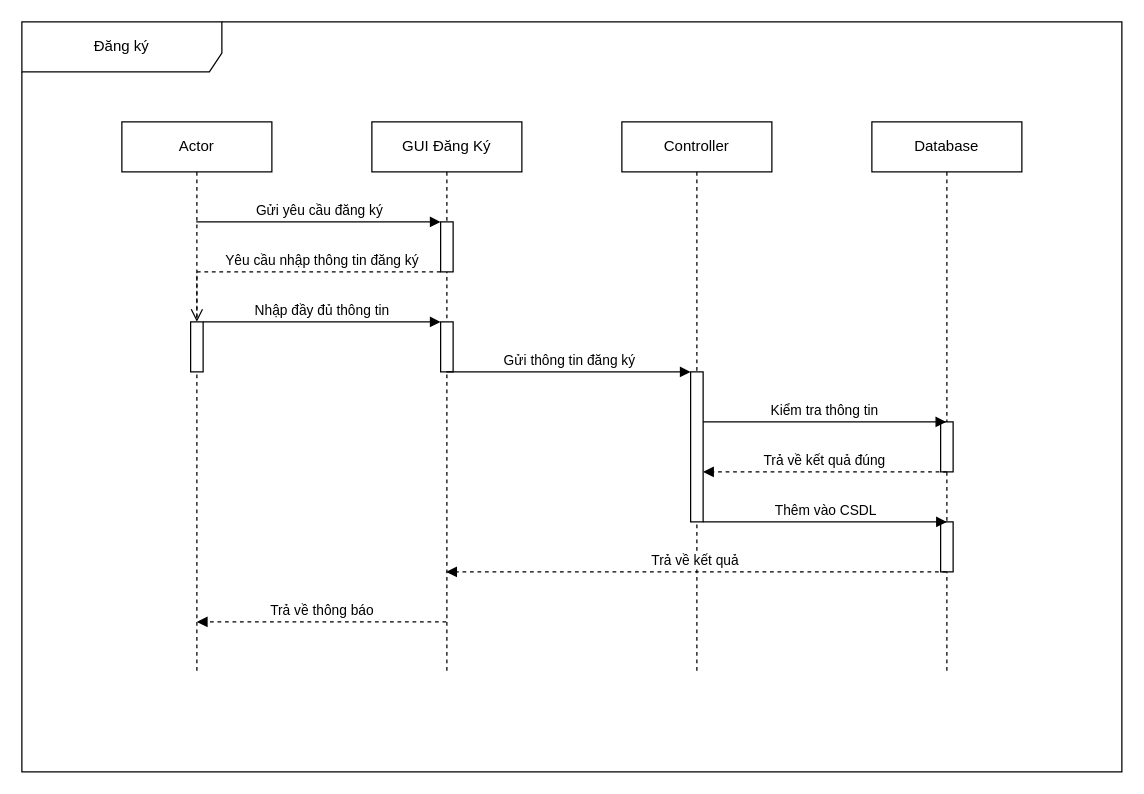
The draw.io diagram page "đăng ký" (2 of 6) of Biểu đồ không có tiêu đề.drawio in dctuyen/myFinalYearProject, before the edit. Source tidied: cells renumbered, new cells numbered last; positions are measured from the earlier drawing's top-left corner, leaving out a move shared by most shapes. Both pictures are drawn from the tidied source at 125%, with x=0, y=0 at pixel (21, 21).
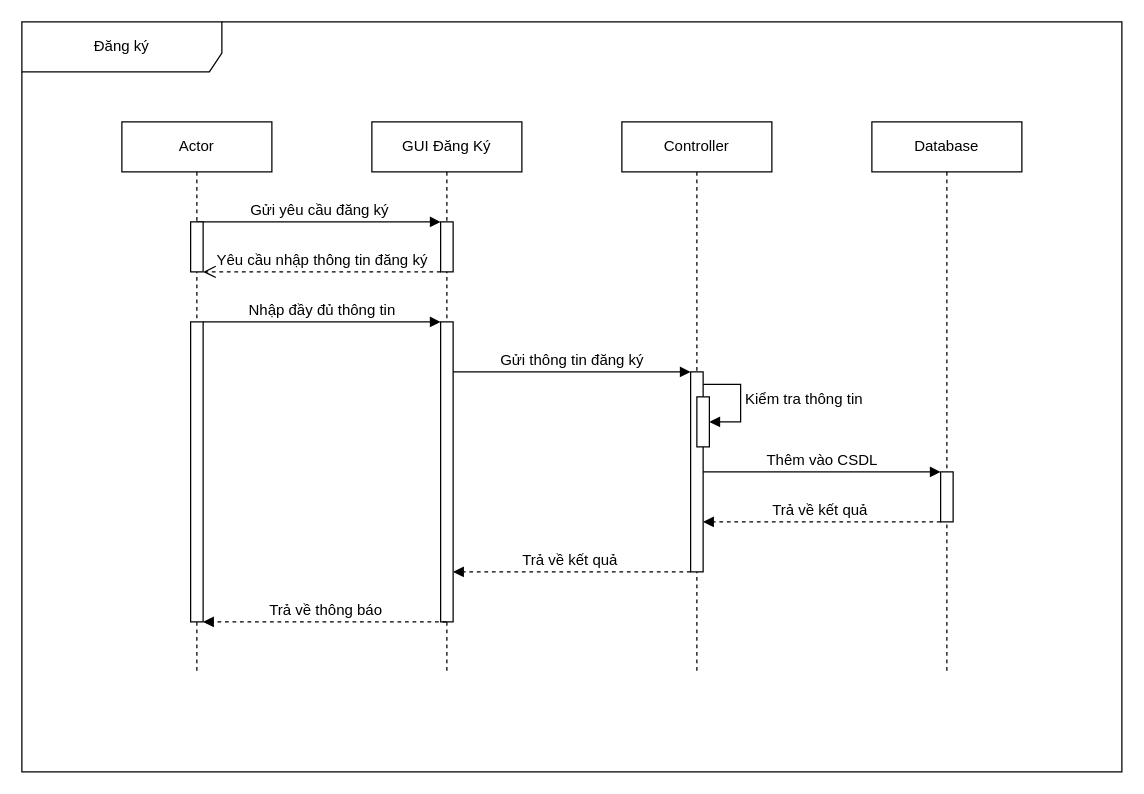
Above is the later version.

Change to the diagram source:
```diff
@@
-    <mxCell id="2" value="Actor" style="shape=umlLifeline;perimeter=lifelinePerimeter;whiteSpace=wrap;html=1;outlineConnect=0;portConstraint=eastwest;newEdgeStyle={&quot;edgeStyle&quot;:&quot;elbowEdgeStyle&quot;,&quot;elbow&quot;:&quot;vertical&quot;,&quot;curved&quot;:0,&quot;rounded&quot;:0};" parent="1" vertex="1">
+    <mxCell id="2" value="Actor" style="shape=umlLifeline;perimeter=lifelinePerimeter;whiteSpace=wrap;html=1;outlineConnect=0;portConstraint=eastwest;newEdgeStyle={&quot;edgeStyle&quot;:&quot;elbowEdgeStyle&quot;,&quot;elbow&quot;:&quot;vertical&quot;,&quot;curved&quot;:0,&quot;rounded&quot;:0};fontSize=12;" parent="1" vertex="1">
       <mxGeometry x="80" y="80" width="120" height="440" as="geometry" />
     </mxCell>
-    <mxCell id="3" value="Đăng ký" style="shape=umlFrame;whiteSpace=wrap;html=1;width=160;height=40;" parent="1" vertex="1">
+    <mxCell id="3" value="Đăng ký" style="shape=umlFrame;whiteSpace=wrap;html=1;width=160;height=40;fontSize=12;" parent="1" vertex="1">
       <mxGeometry width="880" height="600" as="geometry" />
     </mxCell>
-    <mxCell id="4" value="GUI Đăng Ký" style="shape=umlLifeline;perimeter=lifelinePerimeter;whiteSpace=wrap;html=1;outlineConnect=0;portConstraint=eastwest;newEdgeStyle={&quot;edgeStyle&quot;:&quot;elbowEdgeStyle&quot;,&quot;elbow&quot;:&quot;vertical&quot;,&quot;curved&quot;:0,&quot;rounded&quot;:0};" parent="1" vertex="1">
+    <mxCell id="4" value="GUI Đăng Ký" style="shape=umlLifeline;perimeter=lifelinePerimeter;whiteSpace=wrap;html=1;outlineConnect=0;portConstraint=eastwest;newEdgeStyle={&quot;edgeStyle&quot;:&quot;elbowEdgeStyle&quot;,&quot;elbow&quot;:&quot;vertical&quot;,&quot;curved&quot;:0,&quot;rounded&quot;:0};fontSize=12;" parent="1" vertex="1">
       <mxGeometry x="280" y="80" width="120" height="440" as="geometry" />
     </mxCell>
-    <mxCell id="5" style="html=1;points=[];perimeter=orthogonalPerimeter;outlineConnect=0;targetShapes=umlLifeline;portConstraint=eastwest;newEdgeStyle={&quot;edgeStyle&quot;:&quot;elbowEdgeStyle&quot;,&quot;elbow&quot;:&quot;vertical&quot;,&quot;curved&quot;:0,&quot;rounded&quot;:0};" parent="4" vertex="1">
+    <mxCell id="5" style="html=1;points=[];perimeter=orthogonalPerimeter;outlineConnect=0;targetShapes=umlLifeline;portConstraint=eastwest;newEdgeStyle={&quot;edgeStyle&quot;:&quot;elbowEdgeStyle&quot;,&quot;elbow&quot;:&quot;vertical&quot;,&quot;curved&quot;:0,&quot;rounded&quot;:0};fontSize=12;" parent="4" vertex="1">
       <mxGeometry x="55" y="80" width="10" height="40" as="geometry" />
     </mxCell>
-    <mxCell id="6" style="html=1;points=[];perimeter=orthogonalPerimeter;outlineConnect=0;targetShapes=umlLifeline;portConstraint=eastwest;newEdgeStyle={&quot;edgeStyle&quot;:&quot;elbowEdgeStyle&quot;,&quot;elbow&quot;:&quot;vertical&quot;,&quot;curved&quot;:0,&quot;rounded&quot;:0};" parent="4" vertex="1">
-      <mxGeometry x="55" y="160" width="10" height="40" as="geometry" />
+    <mxCell id="6" style="html=1;points=[];perimeter=orthogonalPerimeter;outlineConnect=0;targetShapes=umlLifeline;portConstraint=eastwest;newEdgeStyle={&quot;edgeStyle&quot;:&quot;elbowEdgeStyle&quot;,&quot;elbow&quot;:&quot;vertical&quot;,&quot;curved&quot;:0,&quot;rounded&quot;:0};fontSize=12;" parent="4" vertex="1">
+      <mxGeometry x="55" y="160" width="10" height="240" as="geometry" />
     </mxCell>
-    <mxCell id="7" value="Controller" style="shape=umlLifeline;perimeter=lifelinePerimeter;whiteSpace=wrap;html=1;newEdgeStyle={&quot;edgeStyle&quot;:&quot;elbowEdgeStyle&quot;,&quot;elbow&quot;:&quot;vertical&quot;,&quot;curved&quot;:0,&quot;rounded&quot;:0};" parent="1" vertex="1">
+    <mxCell id="7" value="Controller" style="shape=umlLifeline;perimeter=lifelinePerimeter;whiteSpace=wrap;html=1;newEdgeStyle={&quot;edgeStyle&quot;:&quot;elbowEdgeStyle&quot;,&quot;elbow&quot;:&quot;vertical&quot;,&quot;curved&quot;:0,&quot;rounded&quot;:0};fontSize=12;" parent="1" vertex="1">
       <mxGeometry x="480" y="80" width="120" height="440" as="geometry" />
     </mxCell>
-    <mxCell id="8" style="html=1;points=[];perimeter=orthogonalPerimeter;outlineConnect=0;targetShapes=umlLifeline;portConstraint=eastwest;newEdgeStyle={&quot;edgeStyle&quot;:&quot;elbowEdgeStyle&quot;,&quot;elbow&quot;:&quot;vertical&quot;,&quot;curved&quot;:0,&quot;rounded&quot;:0};" parent="7" vertex="1">
-      <mxGeometry x="55" y="200" width="10" height="120" as="geometry" />
-    </mxCell>
+    <mxCell id="20" value="&lt;font style=&quot;font-size: 12px;&quot;&gt;Kiểm tra thông tin&lt;/font&gt;" style="html=1;align=left;spacingLeft=2;endArrow=block;rounded=0;edgeStyle=orthogonalEdgeStyle;curved=0;rounded=0;fontSize=12;" parent="7" edge="1" target="23">
+      <mxGeometry x="-0.01" relative="1" as="geometry">
+        <mxPoint x="65" y="210" as="sourcePoint" />
+        <Array as="points">
+          <mxPoint x="95" y="240" />
+        </Array>
+      </mxGeometry>
+    </mxCell>
+    <mxCell id="22" style="html=1;perimeter=orthogonalPerimeter;targetShapes=umlLifeline;newEdgeStyle={&quot;edgeStyle&quot;:&quot;elbowEdgeStyle&quot;,&quot;elbow&quot;:&quot;vertical&quot;,&quot;curved&quot;:0,&quot;rounded&quot;:0};fontSize=12;" parent="7" vertex="1">
+      <mxGeometry x="55" y="200" width="10" height="160" as="geometry" />
+    </mxCell>
+    <mxCell id="23" style="html=1;points=[];perimeter=orthogonalPerimeter;outlineConnect=0;targetShapes=umlLifeline;portConstraint=eastwest;newEdgeStyle={&quot;edgeStyle&quot;:&quot;elbowEdgeStyle&quot;,&quot;elbow&quot;:&quot;vertical&quot;,&quot;curved&quot;:0,&quot;rounded&quot;:0};fontSize=12;" parent="7" vertex="1">
+      <mxGeometry x="60" y="220" width="10" height="40" as="geometry" />
+    </mxCell>
-    <mxCell id="9" value="Database" style="shape=umlLifeline;perimeter=lifelinePerimeter;whiteSpace=wrap;html=1;outlineConnect=0;portConstraint=eastwest;newEdgeStyle={&quot;edgeStyle&quot;:&quot;elbowEdgeStyle&quot;,&quot;elbow&quot;:&quot;vertical&quot;,&quot;curved&quot;:0,&quot;rounded&quot;:0};" parent="1" vertex="1">
+    <mxCell id="9" value="Database" style="shape=umlLifeline;perimeter=lifelinePerimeter;whiteSpace=wrap;html=1;outlineConnect=0;portConstraint=eastwest;newEdgeStyle={&quot;edgeStyle&quot;:&quot;elbowEdgeStyle&quot;,&quot;elbow&quot;:&quot;vertical&quot;,&quot;curved&quot;:0,&quot;rounded&quot;:0};fontSize=12;" parent="1" vertex="1">
       <mxGeometry x="680" y="80" width="120" height="440" as="geometry" />
     </mxCell>
-    <mxCell id="10" style="html=1;perimeter=orthogonalPerimeter;targetShapes=umlLifeline;newEdgeStyle={&quot;edgeStyle&quot;:&quot;elbowEdgeStyle&quot;,&quot;elbow&quot;:&quot;vertical&quot;,&quot;curved&quot;:0,&quot;rounded&quot;:0};" parent="9" vertex="1">
-      <mxGeometry x="55" y="240" width="10" height="40" as="geometry" />
-    </mxCell>
-    <mxCell id="11" style="html=1;points=[];perimeter=orthogonalPerimeter;outlineConnect=0;targetShapes=umlLifeline;portConstraint=eastwest;newEdgeStyle={&quot;edgeStyle&quot;:&quot;elbowEdgeStyle&quot;,&quot;elbow&quot;:&quot;vertical&quot;,&quot;curved&quot;:0,&quot;rounded&quot;:0};" parent="9" vertex="1">
-      <mxGeometry x="55" y="320" width="10" height="40" as="geometry" />
+    <mxCell id="11" style="html=1;points=[];perimeter=orthogonalPerimeter;outlineConnect=0;targetShapes=umlLifeline;portConstraint=eastwest;newEdgeStyle={&quot;edgeStyle&quot;:&quot;elbowEdgeStyle&quot;,&quot;elbow&quot;:&quot;vertical&quot;,&quot;curved&quot;:0,&quot;rounded&quot;:0};fontSize=12;" parent="9" vertex="1">
+      <mxGeometry x="55" y="280" width="10" height="40" as="geometry" />
     </mxCell>
-    <mxCell id="12" value="Thêm vào CSDL" style="html=1;verticalAlign=bottom;endArrow=block;edgeStyle=elbowEdgeStyle;elbow=vertical;curved=0;rounded=0;" parent="9" edge="1">
+    <mxCell id="12" value="&lt;font style=&quot;font-size: 12px;&quot;&gt;Thêm vào CSDL&lt;/font&gt;" style="html=1;verticalAlign=bottom;endArrow=block;edgeStyle=elbowEdgeStyle;elbow=vertical;curved=0;rounded=0;fontSize=12;" parent="9" edge="1" target="11">
       <mxGeometry relative="1" as="geometry">
-        <mxPoint x="-135" y="320" as="sourcePoint" />
-        <mxPoint x="60" y="320" as="targetPoint" />
+        <mxPoint x="-135" y="280" as="sourcePoint" />
         <Array as="points">
+          <mxPoint x="-90" y="280" />
+          <mxPoint x="-40" y="270" />
           <mxPoint x="-20" y="320" />
           <mxPoint x="-70" y="320" />
           <mxPoint x="-100" y="280" />
           <mxPoint x="-30" y="360" />
           <mxPoint x="10" y="400" />
         </Array>
       </mxGeometry>
     </mxCell>
+    <mxCell id="17" value="&lt;font style=&quot;font-size: 12px;&quot;&gt;Trả về kết quả&amp;nbsp;&lt;/font&gt;" style="html=1;verticalAlign=bottom;endArrow=block;edgeStyle=elbowEdgeStyle;elbow=vertical;curved=0;rounded=0;dashed=1;fontSize=12;" parent="9" edge="1" source="11">
+      <mxGeometry relative="1" as="geometry">
+        <mxPoint x="-135" y="320" as="targetPoint" />
+        <Array as="points">
+          <mxPoint x="-40" y="320" />
+          <mxPoint y="450" />
+          <mxPoint x="-10" y="360" />
+          <mxPoint x="-60" y="400" />
+          <mxPoint x="-160" y="400" />
+          <mxPoint x="10" y="440" />
+          <mxPoint x="20" y="330" />
+        </Array>
+      </mxGeometry>
+    </mxCell>
-    <mxCell id="13" value="Gửi yêu cầu đăng ký" style="html=1;verticalAlign=bottom;endArrow=block;edgeStyle=elbowEdgeStyle;elbow=vertical;curved=0;rounded=0;" parent="1" edge="1" source="2" target="5">
+    <mxCell id="13" value="&lt;font style=&quot;font-size: 12px;&quot;&gt;Gửi yêu cầu đăng ký&lt;/font&gt;" style="html=1;verticalAlign=bottom;endArrow=block;edgeStyle=elbowEdgeStyle;elbow=vertical;curved=0;rounded=0;fontSize=12;" parent="1" edge="1" source="2" target="5">
       <mxGeometry relative="1" as="geometry">
         <Array as="points">
           <mxPoint x="290" y="160" />
         </Array>
       </mxGeometry>
     </mxCell>
-    <mxCell id="14" value="Yêu cầu nhập thông tin đăng ký" style="html=1;verticalAlign=bottom;endArrow=open;dashed=1;endSize=8;edgeStyle=elbowEdgeStyle;elbow=vertical;curved=0;rounded=0;" parent="1" edge="1" source="5" target="15">
-      <mxGeometry x="-0.19" relative="1" as="geometry">
+    <mxCell id="14" value="&lt;font style=&quot;font-size: 12px;&quot;&gt;Yêu cầu nhập thông tin đăng ký&lt;/font&gt;" style="html=1;verticalAlign=bottom;endArrow=open;dashed=1;endSize=8;edgeStyle=elbowEdgeStyle;elbow=vertical;curved=0;rounded=0;fontSize=12;" parent="1" edge="1" source="5" target="24">
+      <mxGeometry relative="1" as="geometry">
         <Array as="points">
           <mxPoint x="230" y="200" />
           <mxPoint x="300" y="240" />
         </Array>
       </mxGeometry>
     </mxCell>
-    <mxCell id="15" style="html=1;points=[];perimeter=orthogonalPerimeter;outlineConnect=0;targetShapes=umlLifeline;portConstraint=eastwest;newEdgeStyle={&quot;edgeStyle&quot;:&quot;elbowEdgeStyle&quot;,&quot;elbow&quot;:&quot;vertical&quot;,&quot;curved&quot;:0,&quot;rounded&quot;:0};" parent="1" vertex="1">
-      <mxGeometry x="135" y="240" width="10" height="40" as="geometry" />
+    <mxCell id="15" style="html=1;points=[];perimeter=orthogonalPerimeter;outlineConnect=0;targetShapes=umlLifeline;portConstraint=eastwest;newEdgeStyle={&quot;edgeStyle&quot;:&quot;elbowEdgeStyle&quot;,&quot;elbow&quot;:&quot;vertical&quot;,&quot;curved&quot;:0,&quot;rounded&quot;:0};fontSize=12;" parent="1" vertex="1">
+      <mxGeometry x="135" y="240" width="10" height="240" as="geometry" />
     </mxCell>
-    <mxCell id="16" value="Nhập đầy đủ thông tin" style="html=1;verticalAlign=bottom;endArrow=block;edgeStyle=elbowEdgeStyle;elbow=vertical;curved=0;rounded=0;" parent="1" edge="1" source="15" target="6">
+    <mxCell id="16" value="Nhập đầy đủ thông tin" style="html=1;verticalAlign=bottom;endArrow=block;edgeStyle=elbowEdgeStyle;elbow=vertical;curved=0;rounded=0;fontSize=12;" parent="1" edge="1" source="15" target="6">
       <mxGeometry relative="1" as="geometry">
         <Array as="points">
           <mxPoint x="210" y="240" />
           <mxPoint x="250" y="280" />
           <mxPoint x="290" y="320" />
         </Array>
       </mxGeometry>
     </mxCell>
-    <mxCell id="17" value="Trả về kết quả&amp;nbsp;" style="html=1;verticalAlign=bottom;endArrow=block;edgeStyle=elbowEdgeStyle;elbow=vertical;curved=0;rounded=0;dashed=1;" parent="1" edge="1" source="9" target="4">
-      <mxGeometry relative="1" as="geometry">
-        <Array as="points">
-          <mxPoint x="630" y="440" />
-          <mxPoint x="680" y="530" />
-          <mxPoint x="670" y="440" />
-          <mxPoint x="620" y="480" />
-          <mxPoint x="520" y="480" />
-          <mxPoint x="690" y="520" />
-          <mxPoint x="700" y="410" />
-        </Array>
-      </mxGeometry>
-    </mxCell>
-    <mxCell id="18" value="Trả về thông báo" style="html=1;verticalAlign=bottom;endArrow=block;edgeStyle=elbowEdgeStyle;elbow=vertical;curved=0;rounded=0;dashed=1;" parent="1" edge="1" source="4">
+    <mxCell id="18" value="&lt;font style=&quot;font-size: 12px;&quot;&gt;Trả về thông báo&lt;/font&gt;" style="html=1;verticalAlign=bottom;endArrow=block;edgeStyle=elbowEdgeStyle;elbow=vertical;curved=0;rounded=0;dashed=1;fontSize=12;" parent="1" edge="1" source="4" target="15">
       <mxGeometry relative="1" as="geometry">
-        <mxPoint x="140" y="480" as="targetPoint" />
         <Array as="points">
           <mxPoint x="220" y="480" />
           <mxPoint x="420" y="520" />
           <mxPoint x="320" y="520" />
           <mxPoint x="490" y="560" />
           <mxPoint x="500" y="450" />
         </Array>
       </mxGeometry>
     </mxCell>
-    <mxCell id="19" value="Gửi thông tin đăng ký" style="html=1;verticalAlign=bottom;endArrow=block;edgeStyle=elbowEdgeStyle;elbow=vertical;curved=0;rounded=0;" parent="1" edge="1" source="4" target="8">
+    <mxCell id="19" value="&lt;font style=&quot;font-size: 12px;&quot;&gt;Gửi thông tin đăng ký&lt;/font&gt;" style="html=1;verticalAlign=bottom;endArrow=block;edgeStyle=elbowEdgeStyle;elbow=vertical;curved=0;rounded=0;fontSize=12;" parent="1" edge="1" source="6">
       <mxGeometry relative="1" as="geometry">
+        <mxPoint x="535" y="280" as="targetPoint" />
         <Array as="points">
           <mxPoint x="450" y="280" />
           <mxPoint x="490" y="360" />
         </Array>
       </mxGeometry>
     </mxCell>
-    <mxCell id="20" value="Kiểm tra thông tin" style="html=1;verticalAlign=bottom;endArrow=block;edgeStyle=elbowEdgeStyle;elbow=vertical;curved=0;rounded=0;" parent="1" edge="1" source="8" target="9">
-      <mxGeometry relative="1" as="geometry">
-        <Array as="points">
-          <mxPoint x="660" y="320" />
-          <mxPoint x="610" y="320" />
-          <mxPoint x="580" y="280" />
-          <mxPoint x="650" y="360" />
-          <mxPoint x="690" y="400" />
-        </Array>
-      </mxGeometry>
-    </mxCell>
-    <mxCell id="21" value="Trả về kết quả đúng" style="html=1;verticalAlign=bottom;endArrow=block;edgeStyle=elbowEdgeStyle;elbow=vertical;curved=0;rounded=0;dashed=1;" parent="1" edge="1" target="8">
-      <mxGeometry relative="1" as="geometry">
-        <mxPoint x="740" y="360" as="sourcePoint" />
-        <Array as="points">
-          <mxPoint x="630" y="360" />
-          <mxPoint x="680" y="450" />
-          <mxPoint x="670" y="360" />
-          <mxPoint x="620" y="400" />
-          <mxPoint x="520" y="400" />
-          <mxPoint x="690" y="440" />
-          <mxPoint x="700" y="330" />
-        </Array>
-      </mxGeometry>
-    </mxCell>
+    <mxCell id="24" style="html=1;points=[];perimeter=orthogonalPerimeter;outlineConnect=0;targetShapes=umlLifeline;portConstraint=eastwest;newEdgeStyle={&quot;edgeStyle&quot;:&quot;elbowEdgeStyle&quot;,&quot;elbow&quot;:&quot;vertical&quot;,&quot;curved&quot;:0,&quot;rounded&quot;:0};fontSize=12;" parent="1" vertex="1">
+      <mxGeometry x="135" y="160" width="10" height="40" as="geometry" />
+    </mxCell>
+    <mxCell id="25" value="&lt;font style=&quot;font-size: 12px;&quot;&gt;Trả về kết quả&amp;nbsp;&lt;/font&gt;" style="html=1;verticalAlign=bottom;endArrow=block;edgeStyle=elbowEdgeStyle;elbow=vertical;curved=0;rounded=0;dashed=1;fontSize=12;" parent="1" edge="1">
+      <mxGeometry relative="1" as="geometry">
+        <mxPoint x="535" y="440" as="sourcePoint" />
+        <mxPoint x="345" y="440" as="targetPoint" />
+        <Array as="points">
+          <mxPoint x="440" y="440" />
+          <mxPoint x="480" y="570" />
+          <mxPoint x="470" y="480" />
+          <mxPoint x="420" y="520" />
+          <mxPoint x="320" y="520" />
+          <mxPoint x="490" y="560" />
+          <mxPoint x="500" y="450" />
+        </Array>
+      </mxGeometry>
+    </mxCell>
```
